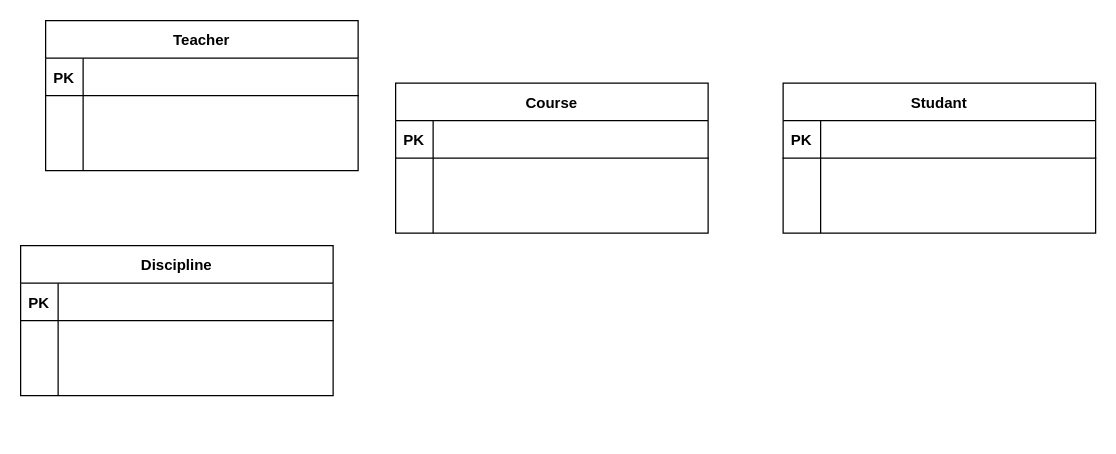
Above: diagram_database_course_manager_system.drawio in JonazOliveira/course-manager-system (draw.io), before the change. Source tidied: cells renumbered, new cells numbered last; positions are measured from the earlier drawing's top-left corner, leaving out a move shared by most shapes. Both pictures are drawn from the tidied source at 125%, with x=0, y=0 at pixel (20, 20).
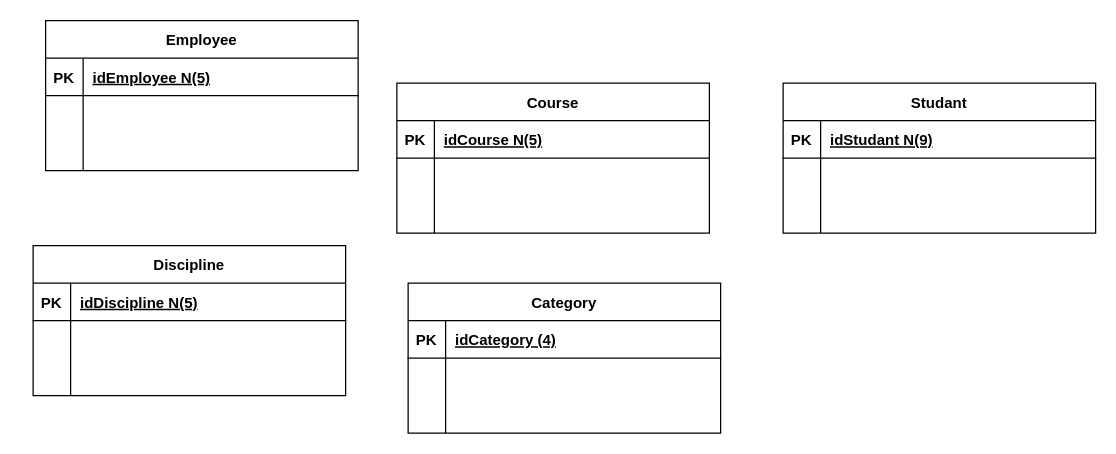
The same diagram, later.

The change refers to these unchanged cells:
```xml
<mxCell id="3" style="shape=partialRectangle;fillColor=none;top=0;left=0;right=0;bottom=1;" parent="2" vertex="1">
  <mxGeometry y="30" width="250" height="30" as="geometry" />
</mxCell>
<mxCell id="13" style="shape=partialRectangle;fillColor=none;top=0;left=0;right=0;bottom=1;" parent="12" vertex="1">
  <mxGeometry y="30" width="250" height="30" as="geometry" />
</mxCell>
<mxCell id="23" style="shape=partialRectangle;fillColor=none;top=0;left=0;right=0;bottom=1;" parent="22" vertex="1">
  <mxGeometry y="30" width="250" height="30" as="geometry" />
</mxCell>
<mxCell id="33" style="shape=partialRectangle;fillColor=none;top=0;left=0;right=0;bottom=1;" parent="32" vertex="1">
  <mxGeometry y="30" width="250" height="30" as="geometry" />
</mxCell>
```

The edit, as a diff of the source:
```diff
@@
     <mxCell id="2" value="Course" style="shape=table;startSize=30;childLayout=tableLayout;rowLines=0;fontStyle=1;align=center;" parent="1" vertex="1">
-      <mxGeometry x="300" y="50" width="250" height="120" as="geometry" />
+      <mxGeometry x="301" y="50" width="250" height="120" as="geometry" />
     </mxCell>
@@
-    <mxCell id="5" style="shape=partialRectangle;overflow=hidden;fillColor=none;top=0;left=0;bottom=0;right=0;align=left;spacingLeft=6;fontStyle=5;" parent="3" vertex="1">
+    <mxCell id="5" value="idCourse N(5)" style="shape=partialRectangle;overflow=hidden;fillColor=none;top=0;left=0;bottom=0;right=0;align=left;spacingLeft=6;fontStyle=5;" parent="3" vertex="1">
       <mxGeometry x="30" width="220" height="30" as="geometry" />
     </mxCell>
@@
-    <mxCell id="12" value="Teacher" style="shape=table;startSize=30;childLayout=tableLayout;rowLines=0;fontStyle=1;align=center;" parent="1" vertex="1">
+    <mxCell id="12" value="Employee" style="shape=table;startSize=30;childLayout=tableLayout;rowLines=0;fontStyle=1;align=center;" parent="1" vertex="1">
       <mxGeometry x="20" width="250" height="120" as="geometry" />
     </mxCell>
@@
-    <mxCell id="15" style="shape=partialRectangle;overflow=hidden;fillColor=none;top=0;left=0;bottom=0;right=0;align=left;spacingLeft=6;fontStyle=5;" parent="13" vertex="1">
+    <mxCell id="15" value="idEmployee N(5)" style="shape=partialRectangle;overflow=hidden;fillColor=none;top=0;left=0;bottom=0;right=0;align=left;spacingLeft=6;fontStyle=5;" parent="13" vertex="1">
       <mxGeometry x="30" width="220" height="30" as="geometry" />
     </mxCell>
@@
-    <mxCell id="25" style="shape=partialRectangle;overflow=hidden;fillColor=none;top=0;left=0;bottom=0;right=0;align=left;spacingLeft=6;fontStyle=5;" parent="23" vertex="1">
+    <mxCell id="25" value="idStudant N(9)" style="shape=partialRectangle;overflow=hidden;fillColor=none;top=0;left=0;bottom=0;right=0;align=left;spacingLeft=6;fontStyle=5;" parent="23" vertex="1">
       <mxGeometry x="30" width="220" height="30" as="geometry" />
     </mxCell>
@@
     <mxCell id="32" value="Discipline" style="shape=table;startSize=30;childLayout=tableLayout;rowLines=0;fontStyle=1;align=center;" parent="1" vertex="1">
-      <mxGeometry y="180" width="250" height="120" as="geometry" />
+      <mxGeometry x="10" y="180" width="250" height="120" as="geometry" />
     </mxCell>
@@
-    <mxCell id="35" style="shape=partialRectangle;overflow=hidden;fillColor=none;top=0;left=0;bottom=0;right=0;align=left;spacingLeft=6;fontStyle=5;" parent="33" vertex="1">
+    <mxCell id="35" value="idDiscipline N(5)" style="shape=partialRectangle;overflow=hidden;fillColor=none;top=0;left=0;bottom=0;right=0;align=left;spacingLeft=6;fontStyle=5;" parent="33" vertex="1">
       <mxGeometry x="30" width="220" height="30" as="geometry" />
     </mxCell>
@@
+    <mxCell id="42" value="Category" style="shape=table;startSize=30;childLayout=tableLayout;rowLines=0;fontStyle=1;align=center;" parent="1" vertex="1">
+      <mxGeometry x="310" y="210" width="250" height="120" as="geometry" />
+    </mxCell>
+    <mxCell id="43" style="shape=partialRectangle;fillColor=none;top=0;left=0;right=0;bottom=1;" parent="42" vertex="1">
+      <mxGeometry y="30" width="250" height="30" as="geometry" />
+    </mxCell>
+    <mxCell id="44" value="PK" style="shape=partialRectangle;overflow=hidden;fillColor=none;top=0;left=0;bottom=0;right=0;fontStyle=1;" parent="43" vertex="1">
+      <mxGeometry width="30" height="30" as="geometry" />
+    </mxCell>
+    <mxCell id="45" value="idCategory (4)" style="shape=partialRectangle;overflow=hidden;fillColor=none;top=0;left=0;bottom=0;right=0;align=left;spacingLeft=6;fontStyle=5;" parent="43" vertex="1">
+      <mxGeometry x="30" width="220" height="30" as="geometry" />
+    </mxCell>
+    <mxCell id="46" style="shape=partialRectangle;fillColor=none;top=0;left=0;right=0;bottom=0;" parent="42" vertex="1">
+      <mxGeometry y="60" width="250" height="30" as="geometry" />
+    </mxCell>
+    <mxCell id="47" style="shape=partialRectangle;overflow=hidden;fillColor=none;top=0;left=0;bottom=0;right=0;" parent="46" vertex="1">
+      <mxGeometry width="30" height="30" as="geometry" />
+    </mxCell>
+    <mxCell id="48" style="shape=partialRectangle;overflow=hidden;fillColor=none;top=0;left=0;bottom=0;right=0;align=left;spacingLeft=6;" parent="46" vertex="1">
+      <mxGeometry x="30" width="220" height="30" as="geometry" />
+    </mxCell>
+    <mxCell id="49" style="shape=partialRectangle;fillColor=none;top=0;left=0;right=0;bottom=0;" parent="42" vertex="1">
+      <mxGeometry y="90" width="250" height="30" as="geometry" />
+    </mxCell>
+    <mxCell id="50" style="shape=partialRectangle;overflow=hidden;fillColor=none;top=0;left=0;bottom=0;right=0;" parent="49" vertex="1">
+      <mxGeometry width="30" height="30" as="geometry" />
+    </mxCell>
+    <mxCell id="51" style="shape=partialRectangle;overflow=hidden;fillColor=none;top=0;left=0;bottom=0;right=0;align=left;spacingLeft=6;" parent="49" vertex="1">
+      <mxGeometry x="30" width="220" height="30" as="geometry" />
+    </mxCell>
```
